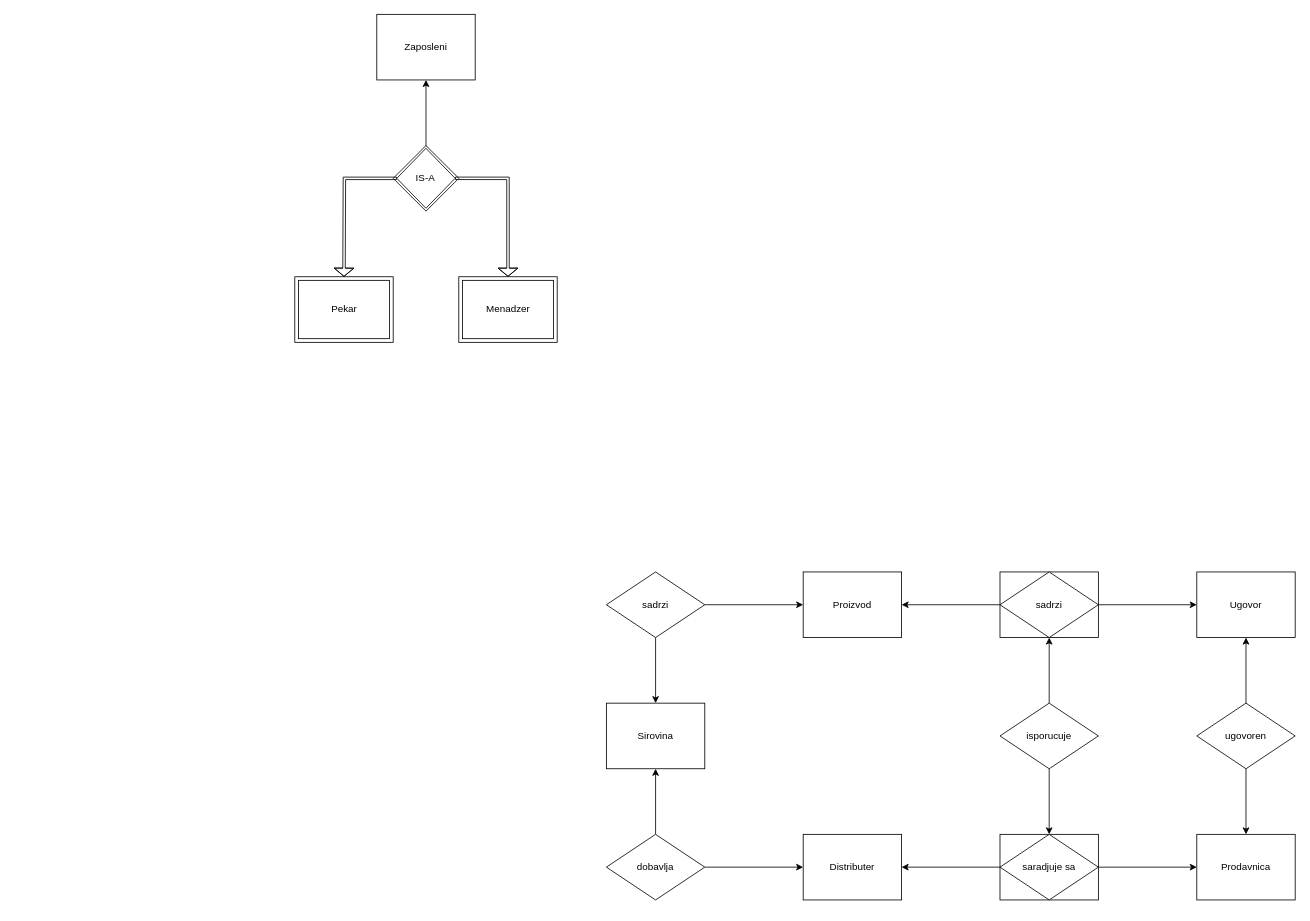
The draw.io diagram bakery.drawio in FmasterofU/bakery-bp2, before the edit. Source tidied: cells renumbered, new cells numbered last; positions are measured from the earlier drawing's top-left corner, leaving out a move shared by most shapes. Both pictures are drawn from the tidied source at 82%, with x=0, y=0 at pixel (294, 14).
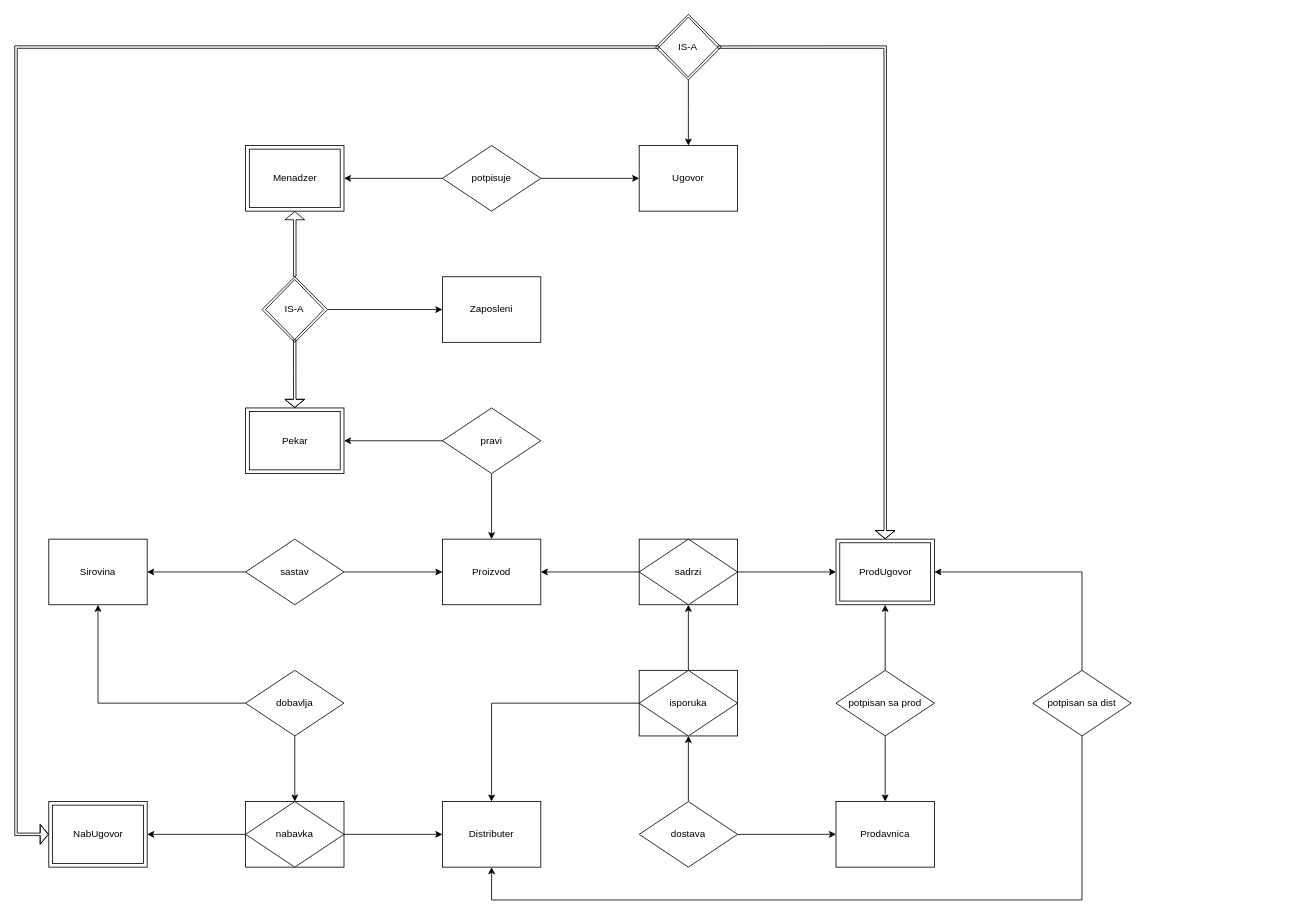
The same page after the edit.

Unchanged cells that the change refers to:
```xml
<mxCell id="5" style="rounded=0;whiteSpace=wrap;html=1;" parent="4" vertex="1">
  <mxGeometry width="120" height="80" as="geometry" />
</mxCell>
<mxCell id="11" value="sadrzi" style="rhombus;whiteSpace=wrap;html=1;" parent="9" vertex="1">
  <mxGeometry width="120" height="80" as="geometry" />
</mxCell>
<mxCell id="32" style="rhombus;whiteSpace=wrap;html=1;" parent="31" vertex="1">
  <mxGeometry width="80" height="80" as="geometry" />
</mxCell>
<mxCell id="33" value="&lt;p style=&quot;line-height: 120%&quot;&gt;IS-A&lt;/p&gt;" style="rhombus;whiteSpace=wrap;html=1;" parent="31" vertex="1">
  <mxGeometry x="4.4" y="3.4" width="71.1" height="73.1" as="geometry" />
</mxCell>
<mxCell id="35" style="rounded=0;whiteSpace=wrap;html=1;" parent="34" vertex="1">
  <mxGeometry width="120" height="80" as="geometry" />
</mxCell>
<mxCell id="38" style="rounded=0;whiteSpace=wrap;html=1;" parent="37" vertex="1">
  <mxGeometry width="120" height="80" as="geometry" />
</mxCell>
```

What changed in the source:
```diff
@@
     <mxCell id="2" value="Distributer" style="rounded=0;whiteSpace=wrap;html=1;" parent="1" vertex="1">
-      <mxGeometry x="620" y="1000" width="120" height="80" as="geometry" />
+      <mxGeometry x="180" y="960" width="120" height="80" as="geometry" />
     </mxCell>
     <mxCell id="3" value="Prodavnica" style="rounded=0;whiteSpace=wrap;html=1;" parent="1" vertex="1">
-      <mxGeometry x="1100" y="1000" width="120" height="80" as="geometry" />
+      <mxGeometry x="660" y="960" width="120" height="80" as="geometry" />
     </mxCell>
     <mxCell id="4" style="group;" parent="1" vertex="1">
-      <mxGeometry x="860" y="1000" width="120" height="80" as="geometry" />
+      <mxGeometry x="420" y="800" width="120" height="80" as="geometry" />
     </mxCell>
@@
-    <mxCell id="6" value="saradjuje sa" style="rhombus;whiteSpace=wrap;html=1;" parent="4" vertex="1">
+    <mxCell id="6" value="isporuka" style="rhombus;whiteSpace=wrap;html=1;" parent="4" vertex="1">
       <mxGeometry width="120" height="80" as="geometry" />
     </mxCell>
-    <mxCell id="7" value="Ugovor" style="rounded=0;whiteSpace=wrap;html=1;" parent="1" vertex="1">
-      <mxGeometry x="1100" y="680" width="120" height="80" as="geometry" />
-    </mxCell>
     <mxCell id="8" value="Sirovina" style="rounded=0;whiteSpace=wrap;html=1;" parent="1" vertex="1">
-      <mxGeometry x="380" y="840" width="120" height="80" as="geometry" />
+      <mxGeometry x="-300" y="640" width="120" height="80" as="geometry" />
     </mxCell>
     <mxCell id="9" style="group;" parent="1" vertex="1">
-      <mxGeometry x="860" y="680" width="120" height="80" as="geometry" />
+      <mxGeometry x="420" y="640" width="120" height="80" as="geometry" />
     </mxCell>
@@
     <mxCell id="12" value="Proizvod" style="rounded=0;whiteSpace=wrap;html=1;" parent="1" vertex="1">
-      <mxGeometry x="620" y="680" width="120" height="80" as="geometry" />
+      <mxGeometry x="180" y="640" width="120" height="80" as="geometry" />
     </mxCell>
-    <mxCell id="13" style="edgeStyle=orthogonalEdgeStyle;rounded=0;jettySize=auto;html=1;exitX=1;exitY=0.5;exitDx=0;exitDy=0;entryX=0;entryY=0.5;entryDx=0;entryDy=0;" parent="1" edge="1" source="6" target="3">
-      <mxGeometry relative="1" as="geometry" />
-    </mxCell>
-    <mxCell id="14" style="edgeStyle=orthogonalEdgeStyle;rounded=0;jettySize=auto;html=1;exitX=0;exitY=0.5;exitDx=0;exitDy=0;entryX=1;entryY=0.5;entryDx=0;entryDy=0;" parent="1" edge="1" source="6" target="2">
-      <mxGeometry relative="1" as="geometry" />
-    </mxCell>
-    <mxCell id="15" style="edgeStyle=orthogonalEdgeStyle;rounded=0;jettySize=auto;html=1;exitX=1;exitY=0.5;exitDx=0;exitDy=0;entryX=0;entryY=0.5;entryDx=0;entryDy=0;" parent="1" edge="1" source="11" target="7">
+    <mxCell id="15" style="edgeStyle=orthogonalEdgeStyle;rounded=0;jettySize=auto;html=1;exitX=1;exitY=0.5;exitDx=0;exitDy=0;entryX=0;entryY=0.5;entryDx=0;entryDy=0;" parent="1" edge="1" source="11" target="50">
       <mxGeometry relative="1" as="geometry" />
     </mxCell>
@@
-    <mxCell id="17" style="edgeStyle=orthogonalEdgeStyle;rounded=0;jettySize=auto;html=1;entryX=0;entryY=0.5;entryDx=0;entryDy=0;" parent="1" edge="1" source="19" target="2">
+    <mxCell id="17" style="edgeStyle=orthogonalEdgeStyle;rounded=0;jettySize=auto;html=1;entryX=0.5;entryY=0;entryDx=0;entryDy=0;" parent="1" edge="1" source="19" target="62">
       <mxGeometry relative="1" as="geometry" />
     </mxCell>
-    <mxCell id="18" style="edgeStyle=orthogonalEdgeStyle;rounded=0;jettySize=auto;html=1;exitX=0.5;exitY=0;exitDx=0;exitDy=0;entryX=0.5;entryY=1;entryDx=0;entryDy=0;" parent="1" edge="1" source="19" target="8">
+    <mxCell id="18" style="edgeStyle=orthogonalEdgeStyle;rounded=0;jettySize=auto;html=1;exitX=0;exitY=0.5;exitDx=0;exitDy=0;entryX=0.5;entryY=1;entryDx=0;entryDy=0;" parent="1" edge="1" source="19" target="8">
       <mxGeometry relative="1" as="geometry" />
     </mxCell>
     <mxCell id="19" value="dobavlja" style="rhombus;whiteSpace=wrap;html=1;" parent="1" vertex="1">
-      <mxGeometry x="380" y="1000" width="120" height="80" as="geometry" />
+      <mxGeometry x="-60" y="800" width="120" height="80" as="geometry" />
     </mxCell>
-    <mxCell id="20" style="edgeStyle=orthogonalEdgeStyle;rounded=0;jettySize=auto;html=1;exitX=0.5;exitY=1;exitDx=0;exitDy=0;entryX=0.5;entryY=0;entryDx=0;entryDy=0;" parent="1" edge="1" source="22" target="6">
-      <mxGeometry relative="1" as="geometry" />
-    </mxCell>
-    <mxCell id="21" style="edgeStyle=orthogonalEdgeStyle;rounded=0;jettySize=auto;html=1;exitX=0.5;exitY=0;exitDx=0;exitDy=0;entryX=0.5;entryY=1;entryDx=0;entryDy=0;" parent="1" edge="1" source="22" target="11">
-      <mxGeometry relative="1" as="geometry" />
-    </mxCell>
-    <mxCell id="22" value="isporucuje" style="rhombus;whiteSpace=wrap;html=1;" parent="1" vertex="1">
-      <mxGeometry x="860" y="840" width="120" height="80" as="geometry" />
-    </mxCell>
-    <mxCell id="23" style="edgeStyle=orthogonalEdgeStyle;rounded=0;jettySize=auto;html=1;exitX=0.5;exitY=0;exitDx=0;exitDy=0;entryX=0.5;entryY=1;entryDx=0;entryDy=0;" parent="1" edge="1" source="25" target="7">
+    <mxCell id="23" style="edgeStyle=orthogonalEdgeStyle;rounded=0;jettySize=auto;html=1;exitX=0.5;exitY=0;exitDx=0;exitDy=0;entryX=0.5;entryY=1;entryDx=0;entryDy=0;" parent="1" edge="1" source="25" target="50">
       <mxGeometry relative="1" as="geometry" />
     </mxCell>
@@
-    <mxCell id="25" value="ugovoren" style="rhombus;whiteSpace=wrap;html=1;" parent="1" vertex="1">
-      <mxGeometry x="1100" y="840" width="120" height="80" as="geometry" />
+    <mxCell id="25" value="potpisan sa prod" style="rhombus;whiteSpace=wrap;html=1;" parent="1" vertex="1">
+      <mxGeometry x="660" y="800" width="120" height="80" as="geometry" />
     </mxCell>
+    <mxCell id="27" style="edgeStyle=orthogonalEdgeStyle;rounded=0;jettySize=auto;html=1;entryX=0;entryY=0.5;entryDx=0;entryDy=0;" parent="1" edge="1" source="28" target="12">
+      <mxGeometry relative="1" as="geometry" />
+    </mxCell>
-    <mxCell id="26" style="edgeStyle=orthogonalEdgeStyle;rounded=0;jettySize=auto;html=1;entryX=0.5;entryY=0;entryDx=0;entryDy=0;" parent="1" edge="1" source="28" target="8">
+    <mxCell id="26" style="edgeStyle=orthogonalEdgeStyle;rounded=0;jettySize=auto;html=1;entryX=1;entryY=0.5;entryDx=0;entryDy=0;" parent="1" edge="1" source="28" target="8">
       <mxGeometry relative="1" as="geometry" />
     </mxCell>
-    <mxCell id="27" style="edgeStyle=orthogonalEdgeStyle;rounded=0;jettySize=auto;html=1;entryX=0;entryY=0.5;entryDx=0;entryDy=0;" parent="1" edge="1" source="28" target="12">
-      <mxGeometry relative="1" as="geometry" />
-    </mxCell>
-    <mxCell id="28" value="sadrzi" style="rhombus;whiteSpace=wrap;html=1;" parent="1" vertex="1">
-      <mxGeometry x="380" y="680" width="120" height="80" as="geometry" />
+    <mxCell id="28" value="sastav" style="rhombus;whiteSpace=wrap;html=1;" parent="1" vertex="1">
+      <mxGeometry x="-60" y="640" width="120" height="80" as="geometry" />
     </mxCell>
-    <mxCell id="29" style="edgeStyle=orthogonalEdgeStyle;rounded=0;jettySize=auto;html=1;entryX=0.5;entryY=1;entryDx=0;entryDy=0;" parent="1" edge="1" source="33" target="30">
+    <mxCell id="29" style="edgeStyle=orthogonalEdgeStyle;rounded=0;jettySize=auto;html=1;entryX=0;entryY=0.5;entryDx=0;entryDy=0;exitX=1;exitY=0.5;exitDx=0;exitDy=0;" parent="1" edge="1" source="32" target="30">
       <mxGeometry relative="1" as="geometry" />
     </mxCell>
     <mxCell id="30" value="Zaposleni" style="rounded=0;whiteSpace=wrap;html=1;" parent="1" vertex="1">
-      <mxGeometry x="100" width="120" height="80" as="geometry" />
+      <mxGeometry x="180" y="320" width="120" height="80" as="geometry" />
     </mxCell>
     <mxCell id="31" style="group;" parent="1" vertex="1">
-      <mxGeometry x="120" y="160" width="80" height="80" as="geometry" />
+      <mxGeometry x="-40" y="320" width="80" height="80" as="geometry" />
     </mxCell>
@@
     <mxCell id="34" style="group;" parent="1" vertex="1">
-      <mxGeometry y="320" width="120" height="80" as="geometry" />
+      <mxGeometry x="-60" y="480" width="120" height="80" as="geometry" />
     </mxCell>
@@
     <mxCell id="37" style="group;" parent="1" vertex="1">
-      <mxGeometry x="200" y="320" width="120" height="80" as="geometry" />
+      <mxGeometry x="-60" y="160" width="120" height="80" as="geometry" />
     </mxCell>
@@
-    <mxCell id="40" style="edgeStyle=orthogonalEdgeStyle;rounded=0;jettySize=auto;html=1;endArrow=block;strokeWidth=1;shape=flexArrow;width=3;endSize=3;startSize=3;endWidth=20;" parent="1" edge="1" source="33">
-      <mxGeometry relative="1" as="geometry">
-        <mxPoint x="60" y="320" as="targetPoint" />
-      </mxGeometry>
+    <mxCell id="40" style="edgeStyle=orthogonalEdgeStyle;rounded=0;jettySize=auto;html=1;endArrow=block;strokeWidth=1;shape=flexArrow;width=3;endSize=3;startSize=3;endWidth=20;entryX=0.5;entryY=0;entryDx=0;entryDy=0;" parent="1" edge="1" source="33" target="35">
+      <mxGeometry relative="1" as="geometry" />
     </mxCell>
-    <mxCell id="41" style="edgeStyle=orthogonalEdgeStyle;shape=flexArrow;rounded=0;jettySize=auto;html=1;exitX=1;exitY=0.5;exitDx=0;exitDy=0;entryX=0.5;entryY=0;entryDx=0;entryDy=0;startSize=3;endArrow=block;endSize=3;strokeWidth=1;fillColor=none;width=3;" parent="1" edge="1" source="33" target="38">
+    <mxCell id="41" style="edgeStyle=orthogonalEdgeStyle;shape=flexArrow;rounded=0;jettySize=auto;html=1;exitX=0.5;exitY=0;exitDx=0;exitDy=0;entryX=0.5;entryY=1;entryDx=0;entryDy=0;startSize=3;endArrow=block;endSize=3;strokeWidth=1;fillColor=none;width=3;" parent="1" edge="1" source="32" target="38">
       <mxGeometry relative="1" as="geometry" />
     </mxCell>
+    <mxCell id="42" style="edgeStyle=orthogonalEdgeStyle;rounded=0;jettySize=auto;html=1;entryX=0.5;entryY=0;entryDx=0;entryDy=0;" parent="1" edge="1" source="45" target="7">
+      <mxGeometry relative="1" as="geometry" />
+    </mxCell>
+    <mxCell id="7" value="Ugovor" style="rounded=0;whiteSpace=wrap;html=1;" parent="1" vertex="1">
+      <mxGeometry x="420" y="160" width="120" height="80" as="geometry" />
+    </mxCell>
+    <mxCell id="43" style="group;" parent="1" vertex="1">
+      <mxGeometry x="440" width="80" height="80" as="geometry" />
+    </mxCell>
+    <mxCell id="44" style="rhombus;whiteSpace=wrap;html=1;" parent="43" vertex="1">
+      <mxGeometry width="80" height="80" as="geometry" />
+    </mxCell>
+    <mxCell id="45" value="&lt;p style=&quot;line-height: 120%&quot;&gt;IS-A&lt;/p&gt;" style="rhombus;whiteSpace=wrap;html=1;" parent="43" vertex="1">
+      <mxGeometry x="4.4" y="3.4" width="71.1" height="73.1" as="geometry" />
+    </mxCell>
+    <mxCell id="46" style="group;" parent="1" vertex="1">
+      <mxGeometry x="-300" y="960" width="120" height="80" as="geometry" />
+    </mxCell>
+    <mxCell id="47" style="rounded=0;whiteSpace=wrap;html=1;" parent="46" vertex="1">
+      <mxGeometry width="120" height="80" as="geometry" />
+    </mxCell>
+    <mxCell id="48" value="NabUgovor" style="rounded=0;whiteSpace=wrap;html=1;" parent="46" vertex="1">
+      <mxGeometry x="4.6" y="4.4" width="110.8" height="71.1" as="geometry" />
+    </mxCell>
+    <mxCell id="49" style="group;" parent="1" vertex="1">
+      <mxGeometry x="660" y="640" width="120" height="80" as="geometry" />
+    </mxCell>
+    <mxCell id="50" style="rounded=0;whiteSpace=wrap;html=1;" parent="49" vertex="1">
+      <mxGeometry width="120" height="80" as="geometry" />
+    </mxCell>
+    <mxCell id="51" value="ProdUgovor" style="rounded=0;whiteSpace=wrap;html=1;" parent="49" vertex="1">
+      <mxGeometry x="4.6" y="4.4" width="110.8" height="71.1" as="geometry" />
+    </mxCell>
+    <mxCell id="52" style="edgeStyle=orthogonalEdgeStyle;rounded=0;jettySize=auto;html=1;endArrow=block;strokeWidth=1;shape=flexArrow;width=3;endSize=3;startSize=3;endWidth=20;entryX=0;entryY=0.5;entryDx=0;entryDy=0;" parent="1" edge="1" source="45" target="47">
+      <mxGeometry relative="1" as="geometry">
+        <Array as="points">
+          <mxPoint x="-340" y="40" />
+          <mxPoint x="-340" y="1000" />
+        </Array>
+      </mxGeometry>
+    </mxCell>
+    <mxCell id="53" style="edgeStyle=orthogonalEdgeStyle;shape=flexArrow;rounded=0;jettySize=auto;html=1;exitX=1;exitY=0.5;exitDx=0;exitDy=0;entryX=0.5;entryY=0;entryDx=0;entryDy=0;startSize=3;endArrow=block;endSize=3;strokeWidth=1;fillColor=none;width=3;" parent="1" edge="1" source="45" target="50">
+      <mxGeometry relative="1" as="geometry" />
+    </mxCell>
+    <mxCell id="54" style="edgeStyle=orthogonalEdgeStyle;rounded=0;jettySize=auto;html=1;exitX=0;exitY=0.5;exitDx=0;exitDy=0;entryX=1;entryY=0.5;entryDx=0;entryDy=0;" parent="1" edge="1" source="56" target="38">
+      <mxGeometry relative="1" as="geometry" />
+    </mxCell>
+    <mxCell id="55" style="edgeStyle=orthogonalEdgeStyle;rounded=0;jettySize=auto;html=1;entryX=0;entryY=0.5;entryDx=0;entryDy=0;" parent="1" edge="1" source="56" target="7">
+      <mxGeometry relative="1" as="geometry" />
+    </mxCell>
+    <mxCell id="56" value="potpisuje" style="rhombus;whiteSpace=wrap;html=1;" parent="1" vertex="1">
+      <mxGeometry x="180" y="160" width="120" height="80" as="geometry" />
+    </mxCell>
+    <mxCell id="57" style="edgeStyle=orthogonalEdgeStyle;rounded=0;jettySize=auto;html=1;exitX=0;exitY=0.5;exitDx=0;exitDy=0;entryX=1;entryY=0.5;entryDx=0;entryDy=0;" parent="1" edge="1" source="59" target="35">
+      <mxGeometry relative="1" as="geometry" />
+    </mxCell>
+    <mxCell id="58" style="edgeStyle=orthogonalEdgeStyle;rounded=0;jettySize=auto;html=1;exitX=0.5;exitY=1;exitDx=0;exitDy=0;entryX=0.5;entryY=0;entryDx=0;entryDy=0;" parent="1" edge="1" source="59" target="12">
+      <mxGeometry relative="1" as="geometry" />
+    </mxCell>
+    <mxCell id="59" value="pravi" style="rhombus;whiteSpace=wrap;html=1;" parent="1" vertex="1">
+      <mxGeometry x="180" y="480" width="120" height="80" as="geometry" />
+    </mxCell>
+    <mxCell id="60" style="group;" parent="1" vertex="1">
+      <mxGeometry x="-60" y="960" width="120" height="80" as="geometry" />
+    </mxCell>
+    <mxCell id="61" style="rounded=0;whiteSpace=wrap;html=1;" parent="60" vertex="1">
+      <mxGeometry width="120" height="80" as="geometry" />
+    </mxCell>
+    <mxCell id="62" value="nabavka" style="rhombus;whiteSpace=wrap;html=1;" parent="60" vertex="1">
+      <mxGeometry width="120" height="80" as="geometry" />
+    </mxCell>
+    <mxCell id="63" style="edgeStyle=orthogonalEdgeStyle;rounded=0;jettySize=auto;html=1;exitX=0;exitY=0.5;exitDx=0;exitDy=0;entryX=1;entryY=0.5;entryDx=0;entryDy=0;" parent="1" edge="1" source="61" target="47">
+      <mxGeometry relative="1" as="geometry" />
+    </mxCell>
+    <mxCell id="64" style="edgeStyle=orthogonalEdgeStyle;rounded=0;jettySize=auto;html=1;exitX=1;exitY=0.5;exitDx=0;exitDy=0;entryX=0;entryY=0.5;entryDx=0;entryDy=0;" parent="1" edge="1" source="61" target="2">
+      <mxGeometry relative="1" as="geometry" />
+    </mxCell>
+    <mxCell id="65" style="edgeStyle=orthogonalEdgeStyle;rounded=0;jettySize=auto;html=1;exitX=0.5;exitY=0;exitDx=0;exitDy=0;entryX=1;entryY=0.5;entryDx=0;entryDy=0;" parent="1" edge="1" source="67" target="50">
+      <mxGeometry relative="1" as="geometry" />
+    </mxCell>
+    <mxCell id="66" style="edgeStyle=orthogonalEdgeStyle;rounded=0;jettySize=auto;html=1;entryX=0.5;entryY=1;entryDx=0;entryDy=0;exitX=0.5;exitY=1;exitDx=0;exitDy=0;" parent="1" edge="1" source="67" target="2">
+      <mxGeometry relative="1" as="geometry">
+        <Array as="points">
+          <mxPoint x="960" y="1080" />
+          <mxPoint x="240" y="1080" />
+        </Array>
+      </mxGeometry>
+    </mxCell>
+    <mxCell id="67" value="potpisan sa dist" style="rhombus;whiteSpace=wrap;html=1;" parent="1" vertex="1">
+      <mxGeometry x="900" y="800" width="120" height="80" as="geometry" />
+    </mxCell>
+    <mxCell id="68" style="edgeStyle=orthogonalEdgeStyle;rounded=0;jettySize=auto;html=1;entryX=0.5;entryY=1;entryDx=0;entryDy=0;exitX=0.5;exitY=0;exitDx=0;exitDy=0;" parent="1" edge="1" source="5" target="11">
+      <mxGeometry relative="1" as="geometry" />
+    </mxCell>
+    <mxCell id="69" style="edgeStyle=orthogonalEdgeStyle;rounded=0;jettySize=auto;html=1;entryX=0;entryY=0.5;entryDx=0;entryDy=0;" parent="1" edge="1" source="71" target="3">
+      <mxGeometry relative="1" as="geometry" />
+    </mxCell>
+    <mxCell id="70" style="edgeStyle=orthogonalEdgeStyle;rounded=0;jettySize=auto;html=1;entryX=0.5;entryY=1;entryDx=0;entryDy=0;" parent="1" edge="1" source="71" target="6">
+      <mxGeometry relative="1" as="geometry" />
+    </mxCell>
+    <mxCell id="71" value="dostava" style="rhombus;whiteSpace=wrap;html=1;" parent="1" vertex="1">
+      <mxGeometry x="420" y="960" width="120" height="80" as="geometry" />
+    </mxCell>
+    <mxCell id="14" style="edgeStyle=orthogonalEdgeStyle;rounded=0;jettySize=auto;html=1;entryX=0.5;entryY=0;entryDx=0;entryDy=0;" parent="1" edge="1" source="6" target="2">
+      <mxGeometry relative="1" as="geometry" />
+    </mxCell>
```
